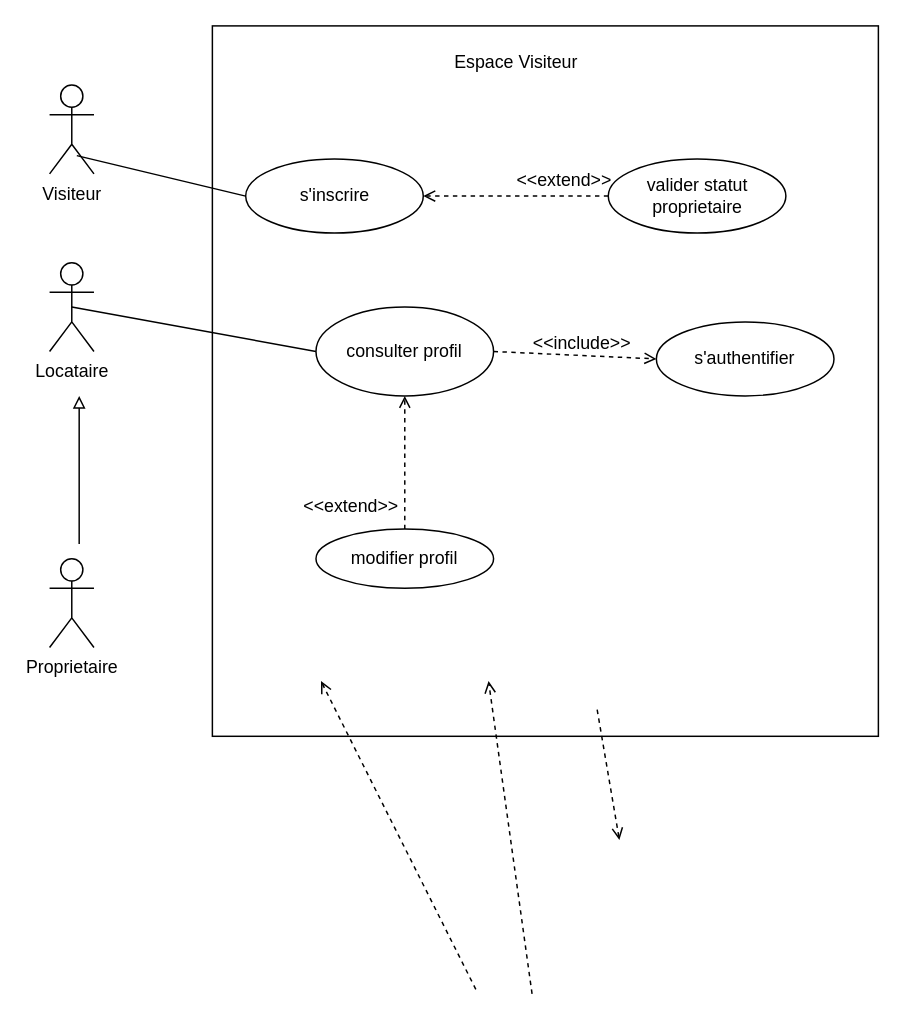
Before: use case Gestion des utilisateurs.drawio in Tussa-D/diagramme_mrm, a draw.io diagram. Source tidied: cells renumbered, new cells numbered last; positions are measured from the earlier drawing's top-left corner, leaving out a move shared by most shapes. Both pictures are drawn from the tidied source at 148%, with x=0, y=0 at pixel (49, 25).
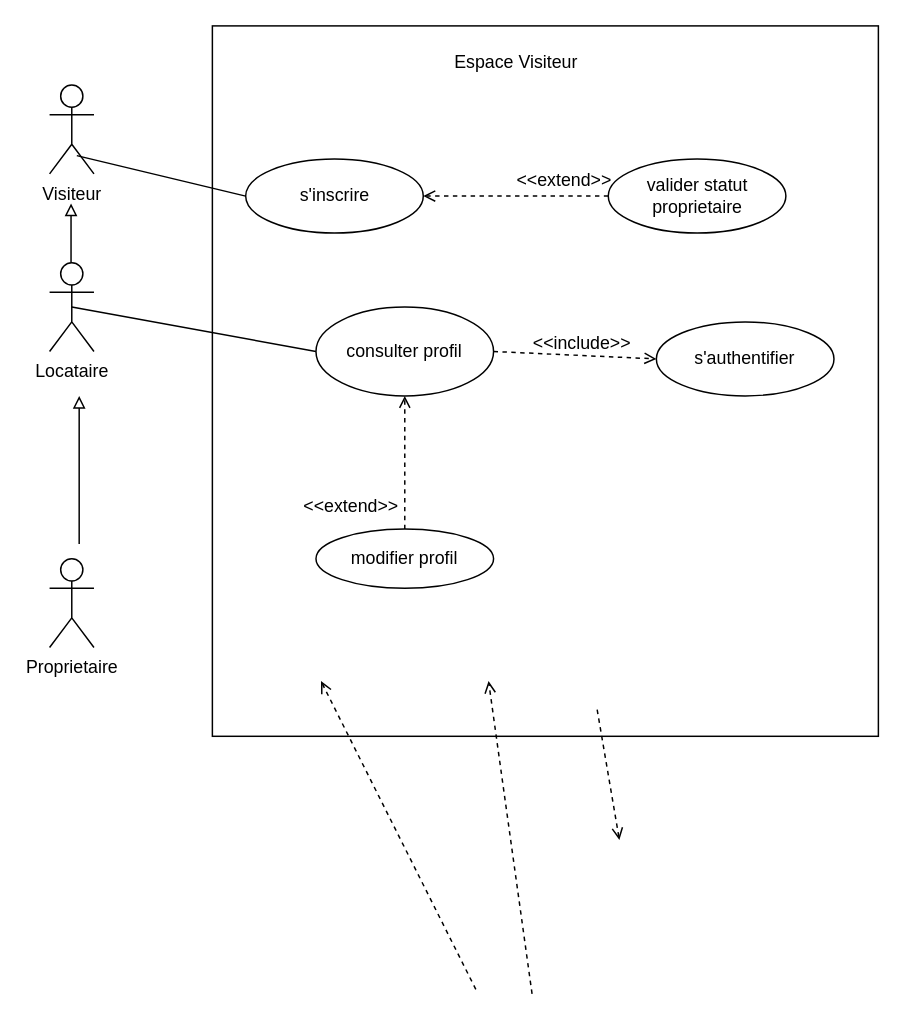
Above is the later version.

Commit message:
use case Gestion des visiteurs.drawio

The edit, as a diff of the source:
```diff
@@
+    <mxCell id="24" style="endArrow=block;html=1;rounded=0;endFill=0;" parent="1" edge="1">
+      <mxGeometry relative="1" as="geometry">
+        <mxPoint x="14.5" y="160" as="sourcePoint" />
+        <mxPoint x="14.5" y="120" as="targetPoint" />
+      </mxGeometry>
+    </mxCell>
```
